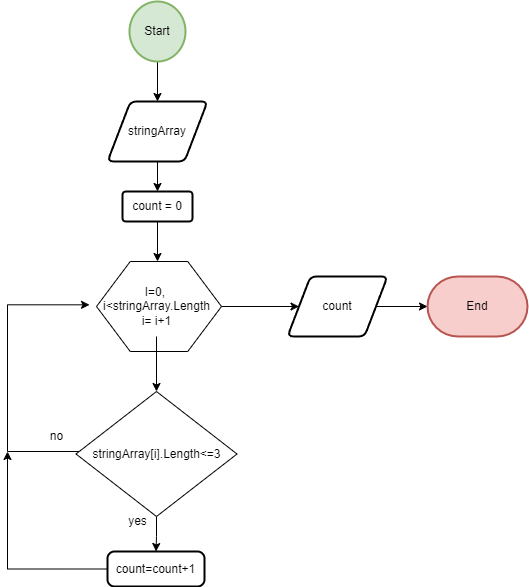
The draw.io diagram first_flowchart.drawio.png in VladimirovMaxim/Final_Exam, before a commit. Source tidied: cells renumbered, new cells last; positions are measured from the earlier drawing's top-left corner, leaving out a move shared by most shapes.
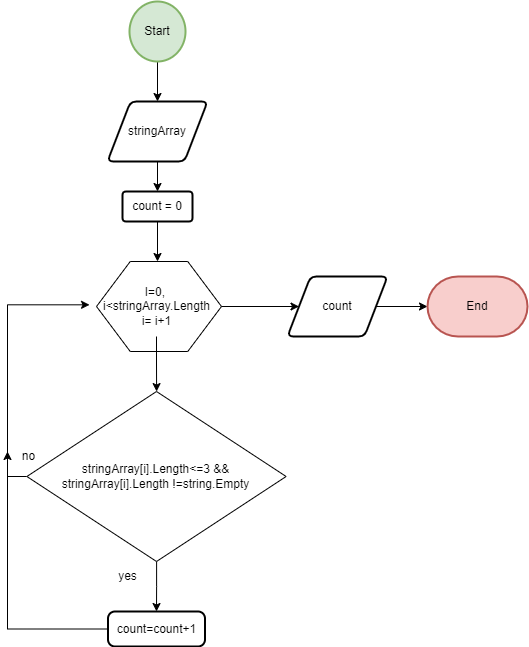
The same file after the commit.

Commit message:
Add condition stringArray != string.Empty into  first  flowchart

Diff of the diagram source:
```diff
@@ -40,13 +40,13 @@
     <mxCell id="13" style="edgeStyle=orthogonalEdgeStyle;rounded=0;jettySize=auto;html=1;entryX=-0.015;entryY=0.472;entryDx=0;entryDy=0;entryPerimeter=0;" parent="1" edge="1" source="14" target="11">
       <mxGeometry relative="1" as="geometry">
         <Array as="points">
-          <mxPoint y="450" />
+          <mxPoint y="475" />
           <mxPoint y="303" />
         </Array>
       </mxGeometry>
     </mxCell>
-    <mxCell id="14" value="stringArray[i].Length&amp;lt;=3" style="rhombus;whiteSpace=wrap;html=1;" parent="1" vertex="1">
-      <mxGeometry x="68.5" y="390" width="161" height="125" as="geometry" />
+    <mxCell id="14" value="stringArray[i].Length&amp;lt;=3 &amp;amp;&amp;amp;&lt;br&gt;stringArray[i].Length !=string.Empty" style="rhombus;whiteSpace=wrap;html=1;" parent="1" vertex="1">
+      <mxGeometry x="19.4" y="390" width="259.2" height="170" as="geometry" />
     </mxCell>
     <mxCell id="15" style="edgeStyle=orthogonalEdgeStyle;rounded=0;jettySize=auto;html=1;" parent="1" edge="1" source="16">
       <mxGeometry relative="1" as="geometry">
@@ -54,13 +54,13 @@
       </mxGeometry>
     </mxCell>
     <mxCell id="16" value="count=count+1" style="rounded=1;whiteSpace=wrap;html=1;absoluteArcSize=1;arcSize=14;strokeWidth=2;" parent="1" vertex="1">
-      <mxGeometry x="100" y="550" width="97" height="35" as="geometry" />
+      <mxGeometry x="100.5" y="610" width="97" height="35" as="geometry" />
     </mxCell>
     <mxCell id="17" value="no" style="text;html=1;align=center;verticalAlign=middle;strokeColor=none;fillColor=none;" parent="1" vertex="1">
-      <mxGeometry x="28.5" y="420" width="40" height="30" as="geometry" />
+      <mxGeometry x="0.8" y="440" width="40" height="30" as="geometry" />
     </mxCell>
     <mxCell id="18" value="yes" style="text;html=1;align=center;verticalAlign=middle;strokeColor=none;fillColor=none;" parent="1" vertex="1">
-      <mxGeometry x="110" y="505" width="40" height="30" as="geometry" />
+      <mxGeometry x="100" y="560" width="40" height="30" as="geometry" />
     </mxCell>
     <mxCell id="19" style="edgeStyle=orthogonalEdgeStyle;rounded=0;jettySize=auto;html=1;" parent="1" edge="1" source="20" target="21">
       <mxGeometry relative="1" as="geometry" />
```
